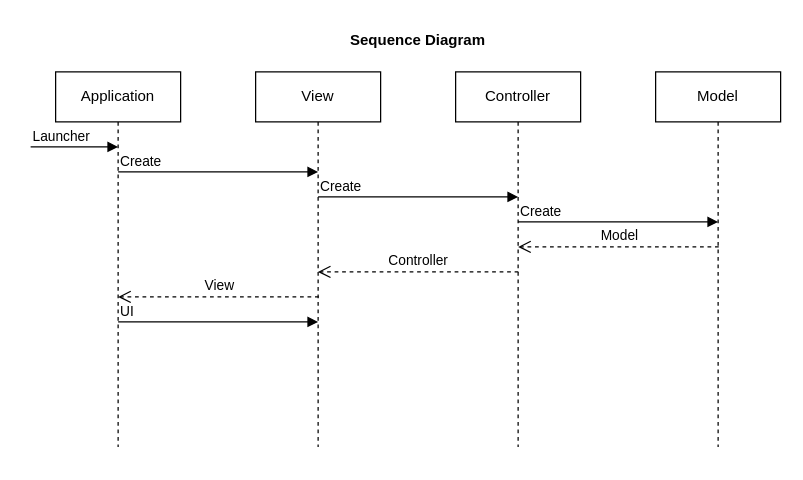
The draw.io diagram Docs/SequenceDiagram.drawio in ntan-key/MVC-Single-Page, before the edit. Source tidied: cells renumbered, new cells numbered last; positions are measured from the earlier drawing's top-left corner, leaving out a move shared by most shapes. Both pictures are drawn from the tidied source at 125%, with x=0, y=0 at pixel (30, 21).
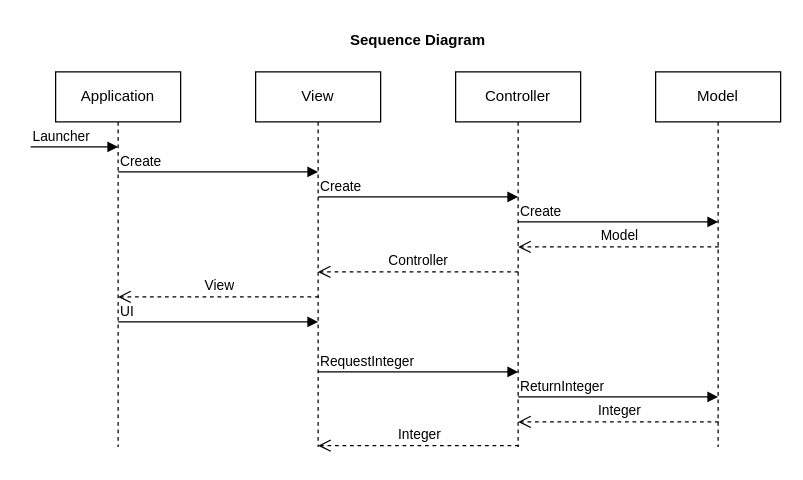
Above is the later version.

Change to the diagram source:
```diff
@@
+    <mxCell id="20" style="endArrow=block;endFill=1;html=1;edgeStyle=orthogonalEdgeStyle;align=left;verticalAlign=top;rounded=0;" parent="1" edge="1">
+      <mxGeometry x="-1" relative="1" as="geometry">
+        <mxPoint x="230" y="280" as="sourcePoint" />
+        <mxPoint x="390" y="280" as="targetPoint" />
+      </mxGeometry>
+    </mxCell>
+    <mxCell id="21" value="RequestInteger" style="edgeLabel;html=1;align=left;verticalAlign=bottom;" parent="20" vertex="1">
+      <mxGeometry x="-1" relative="1" as="geometry" />
+    </mxCell>
+    <mxCell id="22" style="endArrow=block;endFill=1;html=1;edgeStyle=orthogonalEdgeStyle;align=left;verticalAlign=top;rounded=0;" parent="1" edge="1">
+      <mxGeometry x="-1" relative="1" as="geometry">
+        <mxPoint x="390" y="300" as="sourcePoint" />
+        <mxPoint x="550" y="300" as="targetPoint" />
+      </mxGeometry>
+    </mxCell>
+    <mxCell id="23" value="ReturnInteger" style="edgeLabel;html=1;align=left;verticalAlign=bottom;" parent="22" vertex="1">
+      <mxGeometry x="-1" relative="1" as="geometry" />
+    </mxCell>
+    <mxCell id="24" value="Integer" style="html=1;verticalAlign=bottom;endArrow=open;dashed=1;endSize=8;curved=0;rounded=0;" parent="1" edge="1">
+      <mxGeometry relative="1" as="geometry">
+        <mxPoint x="550.5" y="320" as="sourcePoint" />
+        <mxPoint x="390" y="320" as="targetPoint" />
+      </mxGeometry>
+    </mxCell>
+    <mxCell id="25" value="Integer" style="html=1;verticalAlign=bottom;endArrow=open;dashed=1;endSize=8;curved=0;rounded=0;" parent="1" edge="1">
+      <mxGeometry relative="1" as="geometry">
+        <mxPoint x="390.5" y="339" as="sourcePoint" />
+        <mxPoint x="230" y="339" as="targetPoint" />
+      </mxGeometry>
+    </mxCell>
```
